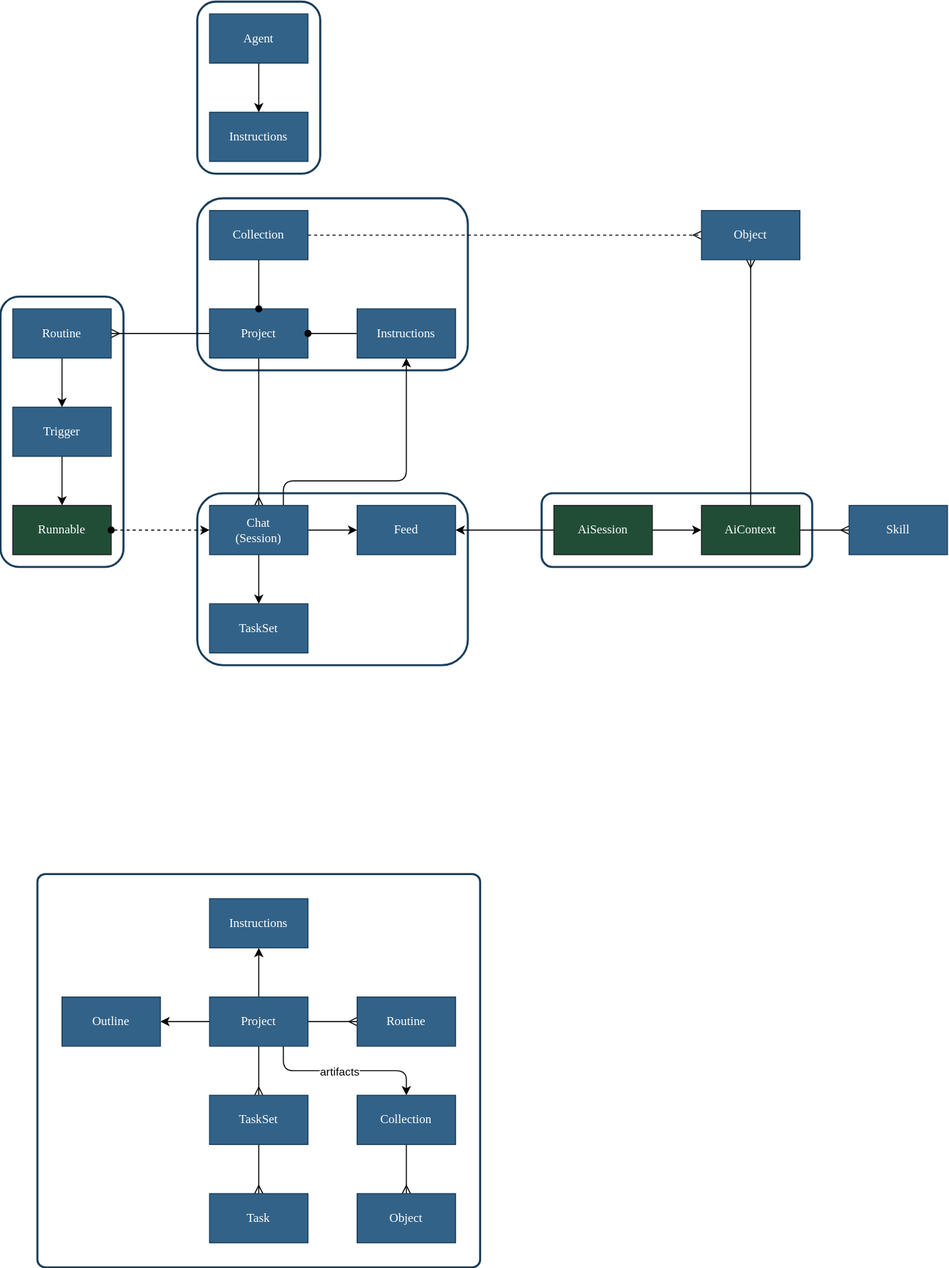
dxos/dxos keeps this draw.io diagram as packages/core/compute/compute/docs/project.drawio.svg. Above is the earlier version. Source tidied: cells renumbered, new cells last; positions are measured from the earlier drawing's top-left corner, leaving out a move shared by most shapes.
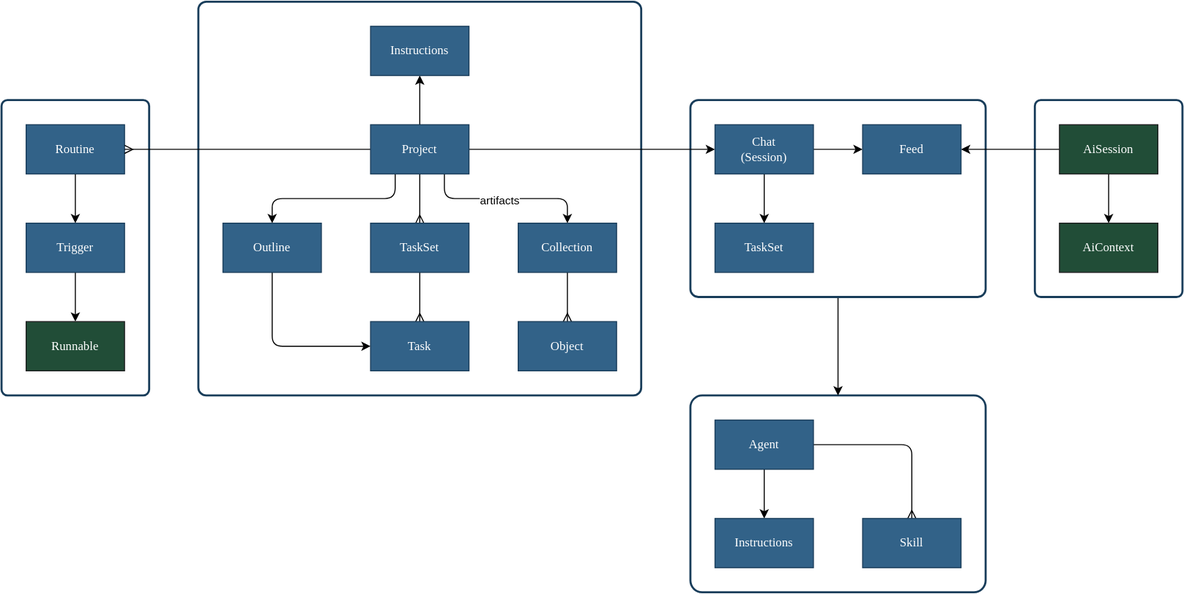
After the change.

Diff of the diagram source:
```diff
@@ -5,119 +5,70 @@
     <mxCell id="2" style="rounded=1;whiteSpace=wrap;html=1;fillColor=none;fontColor=#FFFFFF;strokeColor=#193D5A;fontFamily=Space Grotesk;strokeWidth=2;arcSize=2;" parent="1" vertex="1">
       <mxGeometry x="36" y="852" width="432" height="384" as="geometry" />
     </mxCell>
-    <mxCell id="3" style="rounded=1;whiteSpace=wrap;html=1;fillColor=none;fontColor=#FFFFFF;strokeColor=#193D5A;fontFamily=Space Grotesk;strokeWidth=2;" parent="1" vertex="1">
-      <mxGeometry x="192" width="120" height="168" as="geometry" />
+    <mxCell id="3" style="rounded=1;whiteSpace=wrap;html=1;fillColor=none;fontColor=#FFFFFF;strokeColor=#193D5A;fontFamily=Space Grotesk;strokeWidth=2;arcSize=6;" parent="1" vertex="1">
+      <mxGeometry x="516" y="1236" width="288" height="192" as="geometry" />
     </mxCell>
-    <mxCell id="4" style="rounded=1;whiteSpace=wrap;html=1;fillColor=none;fontColor=#FFFFFF;strokeColor=#193D5A;fontFamily=Space Grotesk;strokeWidth=2;" parent="1" vertex="1">
-      <mxGeometry x="528" y="480" width="264" height="72" as="geometry" />
+    <mxCell id="4" style="rounded=1;whiteSpace=wrap;html=1;fillColor=none;fontColor=#FFFFFF;strokeColor=#193D5A;fontFamily=Space Grotesk;strokeWidth=2;arcSize=4;" parent="1" vertex="1">
+      <mxGeometry x="852" y="948" width="144" height="192" as="geometry" />
     </mxCell>
-    <mxCell id="5" style="rounded=1;whiteSpace=wrap;html=1;fillColor=none;fontColor=#FFFFFF;strokeColor=#193D5A;fontFamily=Space Grotesk;strokeWidth=2;" parent="1" vertex="1">
-      <mxGeometry x="192" y="192" width="264" height="168" as="geometry" />
-    </mxCell>
+    <mxCell id="55" style="edgeStyle=none;html=1;exitX=0.5;exitY=1;exitDx=0;exitDy=0;entryX=0.5;entryY=0;entryDx=0;entryDy=0;" parent="1" edge="1" source="6" target="3">
+      <mxGeometry relative="1" as="geometry" />
+    </mxCell>
-    <mxCell id="6" style="rounded=1;whiteSpace=wrap;html=1;fillColor=none;fontColor=#FFFFFF;strokeColor=#193D5A;fontFamily=Space Grotesk;strokeWidth=2;" parent="1" vertex="1">
-      <mxGeometry x="192" y="480" width="264" height="168" as="geometry" />
+    <mxCell id="6" style="rounded=1;whiteSpace=wrap;html=1;fillColor=none;fontColor=#FFFFFF;strokeColor=#193D5A;fontFamily=Space Grotesk;strokeWidth=2;arcSize=4;" parent="1" vertex="1">
+      <mxGeometry x="516" y="948" width="288" height="192" as="geometry" />
     </mxCell>
-    <mxCell id="7" style="rounded=1;whiteSpace=wrap;html=1;fillColor=none;fontColor=#FFFFFF;strokeColor=#193D5A;fontFamily=Space Grotesk;strokeWidth=2;" parent="1" vertex="1">
-      <mxGeometry y="288" width="120" height="264" as="geometry" />
+    <mxCell id="7" style="rounded=1;whiteSpace=wrap;html=1;fillColor=none;fontColor=#FFFFFF;strokeColor=#193D5A;fontFamily=Space Grotesk;strokeWidth=2;arcSize=4;" parent="1" vertex="1">
+      <mxGeometry x="-156" y="948" width="144" height="288" as="geometry" />
     </mxCell>
-    <mxCell id="8" style="edgeStyle=none;html=1;exitX=0.5;exitY=1;exitDx=0;exitDy=0;endArrow=ERmany;endFill=0;fontFamily=Space Grotesk;" parent="1" edge="1" source="10" target="17">
-      <mxGeometry relative="1" as="geometry" />
-    </mxCell>
-    <mxCell id="9" style="edgeStyle=none;html=1;fontFamily=Space Grotesk;startArrow=none;startFill=0;endArrow=ERmany;endFill=0;" parent="1" edge="1" source="10" target="29">
-      <mxGeometry relative="1" as="geometry" />
-    </mxCell>
-    <mxCell id="10" value="Project" style="rounded=0;whiteSpace=wrap;html=1;fillColor=#326288;fontColor=#FFFFFF;strokeColor=#193D5A;fontFamily=Space Grotesk;" parent="1" vertex="1">
-      <mxGeometry x="204" y="300" width="96" height="48" as="geometry" />
-    </mxCell>
-    <mxCell id="11" style="edgeStyle=none;html=1;exitX=0.5;exitY=0;exitDx=0;exitDy=0;fontFamily=Space Grotesk;startArrow=oval;startFill=1;endArrow=none;endFill=0;" parent="1" edge="1" source="10" target="31">
-      <mxGeometry relative="1" as="geometry" />
-    </mxCell>
-    <mxCell id="12" style="edgeStyle=none;html=1;exitX=1;exitY=0.5;exitDx=0;exitDy=0;endArrow=none;endFill=0;startArrow=oval;startFill=1;fontFamily=Space Grotesk;" parent="1" edge="1" source="10" target="13">
-      <mxGeometry relative="1" as="geometry" />
-    </mxCell>
-    <mxCell id="13" value="Instructions" style="rounded=0;whiteSpace=wrap;html=1;fillColor=#326288;fontColor=#FFFFFF;strokeColor=#193D5A;fontFamily=Space Grotesk;" parent="1" vertex="1">
-      <mxGeometry x="348" y="300" width="96" height="48" as="geometry" />
-    </mxCell>
-    <mxCell id="14" style="edgeStyle=none;html=1;exitX=0.75;exitY=0;exitDx=0;exitDy=0;endArrow=classic;endFill=1;fontFamily=Space Grotesk;" parent="1" edge="1" source="17" target="13">
-      <mxGeometry relative="1" as="geometry">
-        <Array as="points">
-          <mxPoint x="276" y="468" />
-          <mxPoint x="396" y="468" />
-        </Array>
-      </mxGeometry>
-    </mxCell>
-    <mxCell id="15" style="edgeStyle=none;html=1;exitX=0.5;exitY=1;exitDx=0;exitDy=0;startArrow=none;startFill=0;endArrow=classic;endFill=1;fontFamily=Space Grotesk;" parent="1" edge="1" source="17" target="18">
+    <mxCell id="15" style="edgeStyle=none;html=1;startArrow=none;startFill=0;endArrow=classic;endFill=1;fontFamily=Space Grotesk;" parent="1" edge="1" source="17" target="18">
       <mxGeometry relative="1" as="geometry" />
     </mxCell>
-    <mxCell id="16" style="edgeStyle=none;html=1;exitX=1;exitY=0.5;exitDx=0;exitDy=0;fontFamily=Space Grotesk;startArrow=none;startFill=0;endArrow=classic;endFill=1;" parent="1" edge="1" source="17" target="27">
+    <mxCell id="16" style="edgeStyle=none;html=1;fontFamily=Space Grotesk;startArrow=none;startFill=0;endArrow=classic;endFill=1;" parent="1" edge="1" source="17" target="27">
       <mxGeometry relative="1" as="geometry" />
     </mxCell>
-    <mxCell id="17" value="Chat&lt;br&gt;(Session)" style="rounded=0;whiteSpace=wrap;html=1;fillColor=#326288;fontColor=#FFFFFF;strokeColor=#193D5A;fontFamily=Space Grotesk;" parent="1" vertex="1">
-      <mxGeometry x="204" y="492" width="96" height="48" as="geometry" />
-    </mxCell>
-    <mxCell id="18" value="TaskSet" style="rounded=0;whiteSpace=wrap;html=1;fillColor=#326288;fontColor=#FFFFFF;strokeColor=#193D5A;fontFamily=Space Grotesk;" parent="1" vertex="1">
-      <mxGeometry x="204" y="588" width="96" height="48" as="geometry" />
-    </mxCell>
     <mxCell id="19" style="edgeStyle=none;html=1;exitX=0.5;exitY=1;exitDx=0;exitDy=0;" parent="1" edge="1" source="20" target="34">
       <mxGeometry relative="1" as="geometry" />
     </mxCell>
+    <mxCell id="56" style="edgeStyle=none;html=1;exitX=1;exitY=0.5;exitDx=0;exitDy=0;endArrow=ERmany;endFill=0;" parent="1" edge="1" source="20" target="33">
+      <mxGeometry relative="1" as="geometry">
+        <Array as="points">
+          <mxPoint x="732" y="1284" />
+        </Array>
+      </mxGeometry>
+    </mxCell>
     <mxCell id="20" value="Agent" style="rounded=0;whiteSpace=wrap;html=1;fillColor=#326288;fontColor=#FFFFFF;strokeColor=#193D5A;fontFamily=Space Grotesk;" parent="1" vertex="1">
-      <mxGeometry x="204" y="12" width="96" height="48" as="geometry" />
+      <mxGeometry x="540" y="1260" width="96" height="48" as="geometry" />
     </mxCell>
-    <mxCell id="21" style="edgeStyle=none;html=1;exitX=1;exitY=0.5;exitDx=0;exitDy=0;fontFamily=Space Grotesk;startArrow=none;startFill=0;endArrow=classic;endFill=1;" parent="1" edge="1" source="23" target="26">
+    <mxCell id="21" style="edgeStyle=none;html=1;fontFamily=Space Grotesk;startArrow=none;startFill=0;endArrow=classic;endFill=1;" parent="1" edge="1" source="23" target="26">
       <mxGeometry relative="1" as="geometry" />
     </mxCell>
     <mxCell id="22" style="edgeStyle=none;html=1;fontFamily=Space Grotesk;startArrow=none;startFill=0;endArrow=classic;endFill=1;" parent="1" edge="1" source="23" target="27">
       <mxGeometry relative="1" as="geometry" />
     </mxCell>
     <mxCell id="23" value="AiSession" style="rounded=0;whiteSpace=wrap;html=1;fillColor=#214D37;fontColor=#FFFFFF;strokeColor=#1E1F20;fontFamily=Space Grotesk;" parent="1" vertex="1">
-      <mxGeometry x="540" y="492" width="96" height="48" as="geometry" />
+      <mxGeometry x="876" y="972" width="96" height="48" as="geometry" />
     </mxCell>
-    <mxCell id="24" style="edgeStyle=none;html=1;fontFamily=Space Grotesk;startArrow=none;startFill=0;endArrow=ERmany;endFill=0;" parent="1" edge="1" source="26" target="33">
-      <mxGeometry relative="1" as="geometry" />
-    </mxCell>
-    <mxCell id="25" style="edgeStyle=none;html=1;exitX=0.5;exitY=0;exitDx=0;exitDy=0;fontFamily=Space Grotesk;startArrow=none;startFill=0;endArrow=ERmany;endFill=0;" parent="1" edge="1" source="26" target="32">
-      <mxGeometry relative="1" as="geometry" />
-    </mxCell>
     <mxCell id="26" value="AiContext" style="rounded=0;whiteSpace=wrap;html=1;fillColor=#214D37;fontColor=#FFFFFF;strokeColor=#1E1F20;fontFamily=Space Grotesk;" parent="1" vertex="1">
-      <mxGeometry x="684" y="492" width="96" height="48" as="geometry" />
+      <mxGeometry x="876" y="1068" width="96" height="48" as="geometry" />
     </mxCell>
-    <mxCell id="27" value="Feed" style="rounded=0;whiteSpace=wrap;html=1;fillColor=#326288;fontColor=#FFFFFF;strokeColor=#193D5A;fontFamily=Space Grotesk;" parent="1" vertex="1">
-      <mxGeometry x="348" y="492" width="96" height="48" as="geometry" />
-    </mxCell>
     <mxCell id="28" style="edgeStyle=none;html=1;exitX=0.5;exitY=1;exitDx=0;exitDy=0;" parent="1" edge="1" source="29" target="36">
       <mxGeometry relative="1" as="geometry" />
     </mxCell>
     <mxCell id="29" value="Routine" style="rounded=0;whiteSpace=wrap;html=1;fillColor=#326288;fontColor=#FFFFFF;strokeColor=#193D5A;fontFamily=Space Grotesk;" parent="1" vertex="1">
-      <mxGeometry x="12" y="300" width="96" height="48" as="geometry" />
+      <mxGeometry x="-132" y="972" width="96" height="48" as="geometry" />
     </mxCell>
-    <mxCell id="30" style="edgeStyle=none;html=1;exitX=1;exitY=0.5;exitDx=0;exitDy=0;fontFamily=Space Grotesk;startArrow=none;startFill=0;endArrow=ERmany;endFill=0;dashed=1;" parent="1" edge="1" source="31" target="32">
-      <mxGeometry relative="1" as="geometry" />
-    </mxCell>
-    <mxCell id="31" value="Collection" style="rounded=0;whiteSpace=wrap;html=1;fillColor=#326288;fontColor=#FFFFFF;strokeColor=#193D5A;fontFamily=Space Grotesk;" parent="1" vertex="1">
-      <mxGeometry x="204" y="204" width="96" height="48" as="geometry" />
-    </mxCell>
-    <mxCell id="32" value="Object" style="rounded=0;whiteSpace=wrap;html=1;fillColor=#326288;fontColor=#FFFFFF;strokeColor=#193D5A;fontFamily=Space Grotesk;" parent="1" vertex="1">
-      <mxGeometry x="684" y="204" width="96" height="48" as="geometry" />
-    </mxCell>
-    <mxCell id="33" value="Skill" style="rounded=0;whiteSpace=wrap;html=1;fillColor=#326288;fontColor=#FFFFFF;strokeColor=#193D5A;fontFamily=Space Grotesk;" parent="1" vertex="1">
-      <mxGeometry x="828" y="492" width="96" height="48" as="geometry" />
-    </mxCell>
     <mxCell id="34" value="Instructions" style="rounded=0;whiteSpace=wrap;html=1;fillColor=#326288;fontColor=#FFFFFF;strokeColor=#193D5A;fontFamily=Space Grotesk;" parent="1" vertex="1">
-      <mxGeometry x="204" y="108" width="96" height="48" as="geometry" />
+      <mxGeometry x="540" y="1356" width="96" height="48" as="geometry" />
     </mxCell>
     <mxCell id="35" style="edgeStyle=none;html=1;exitX=0.5;exitY=1;exitDx=0;exitDy=0;" parent="1" edge="1" source="36" target="37">
       <mxGeometry relative="1" as="geometry" />
     </mxCell>
     <mxCell id="36" value="Trigger" style="rounded=0;whiteSpace=wrap;html=1;fillColor=#326288;fontColor=#FFFFFF;strokeColor=#193D5A;fontFamily=Space Grotesk;" parent="1" vertex="1">
-      <mxGeometry x="12" y="396" width="96" height="48" as="geometry" />
+      <mxGeometry x="-132" y="1068" width="96" height="48" as="geometry" />
     </mxCell>
     <mxCell id="37" value="Runnable" style="rounded=0;whiteSpace=wrap;html=1;fillColor=#214D37;fontColor=#FFFFFF;strokeColor=#1E1F20;fontFamily=Space Grotesk;" parent="1" vertex="1">
-      <mxGeometry x="12" y="492" width="96" height="48" as="geometry" />
+      <mxGeometry x="-132" y="1164" width="96" height="48" as="geometry" />
     </mxCell>
-    <mxCell id="38" style="edgeStyle=none;html=1;exitX=1;exitY=0.5;exitDx=0;exitDy=0;dashed=1;startArrow=oval;startFill=1;endArrow=classic;endFill=1;entryX=0;entryY=0.5;entryDx=0;entryDy=0;" parent="1" edge="1" source="37" target="17">
-      <mxGeometry relative="1" as="geometry" />
-    </mxCell>
     <mxCell id="39" style="edgeStyle=none;html=1;endArrow=ERmany;endFill=0;" parent="1" edge="1" source="45" target="47">
       <mxGeometry relative="1" as="geometry" />
     </mxCell>
@@ -135,12 +86,20 @@
     <mxCell id="42" style="edgeStyle=none;html=1;" parent="1" edge="1" source="45" target="53">
       <mxGeometry relative="1" as="geometry" />
     </mxCell>
-    <mxCell id="43" style="edgeStyle=none;html=1;" parent="1" edge="1" source="45" target="52">
-      <mxGeometry relative="1" as="geometry" />
+    <mxCell id="43" style="edgeStyle=none;html=1;exitX=0.25;exitY=1;exitDx=0;exitDy=0;" parent="1" edge="1" source="45" target="52">
+      <mxGeometry relative="1" as="geometry">
+        <Array as="points">
+          <mxPoint x="228" y="1044" />
+          <mxPoint x="108" y="1044" />
+        </Array>
+      </mxGeometry>
     </mxCell>
-    <mxCell id="44" style="edgeStyle=none;html=1;endArrow=ERmany;endFill=0;" parent="1" edge="1" source="45" target="54">
+    <mxCell id="44" style="edgeStyle=none;html=1;endArrow=ERmany;endFill=0;" parent="1" edge="1" source="45" target="29">
       <mxGeometry relative="1" as="geometry" />
     </mxCell>
+    <mxCell id="57" style="edgeStyle=none;html=1;exitX=1;exitY=0.5;exitDx=0;exitDy=0;" parent="1" edge="1" source="45" target="17">
+      <mxGeometry relative="1" as="geometry" />
+    </mxCell>
     <mxCell id="45" value="Project" style="rounded=0;whiteSpace=wrap;html=1;fillColor=#326288;fontColor=#FFFFFF;strokeColor=#193D5A;fontFamily=Space Grotesk;" parent="1" vertex="1">
       <mxGeometry x="204" y="972" width="96" height="48" as="geometry" />
     </mxCell>
@@ -162,14 +121,30 @@
     <mxCell id="51" value="Object" style="rounded=0;whiteSpace=wrap;html=1;fillColor=#326288;fontColor=#FFFFFF;strokeColor=#193D5A;fontFamily=Space Grotesk;" parent="1" vertex="1">
       <mxGeometry x="348" y="1164" width="96" height="48" as="geometry" />
     </mxCell>
+    <mxCell id="58" style="edgeStyle=none;html=1;exitX=0.5;exitY=1;exitDx=0;exitDy=0;" parent="1" edge="1" source="52" target="48">
+      <mxGeometry relative="1" as="geometry">
+        <Array as="points">
+          <mxPoint x="108" y="1188" />
+        </Array>
+      </mxGeometry>
+    </mxCell>
     <mxCell id="52" value="Outline" style="rounded=0;whiteSpace=wrap;html=1;fillColor=#326288;fontColor=#FFFFFF;strokeColor=#193D5A;fontFamily=Space Grotesk;" parent="1" vertex="1">
-      <mxGeometry x="60" y="972" width="96" height="48" as="geometry" />
+      <mxGeometry x="60" y="1068" width="96" height="48" as="geometry" />
     </mxCell>
     <mxCell id="53" value="Instructions" style="rounded=0;whiteSpace=wrap;html=1;fillColor=#326288;fontColor=#FFFFFF;strokeColor=#193D5A;fontFamily=Space Grotesk;" parent="1" vertex="1">
       <mxGeometry x="204" y="876" width="96" height="48" as="geometry" />
     </mxCell>
-    <mxCell id="54" value="Routine" style="rounded=0;whiteSpace=wrap;html=1;fillColor=#326288;fontColor=#FFFFFF;strokeColor=#193D5A;fontFamily=Space Grotesk;" parent="1" vertex="1">
-      <mxGeometry x="348" y="972" width="96" height="48" as="geometry" />
-    </mxCell>
+    <mxCell id="17" value="Chat&lt;br&gt;(Session)" style="rounded=0;whiteSpace=wrap;html=1;fillColor=#326288;fontColor=#FFFFFF;strokeColor=#193D5A;fontFamily=Space Grotesk;" parent="1" vertex="1">
+      <mxGeometry x="540" y="972" width="96" height="48" as="geometry" />
+    </mxCell>
+    <mxCell id="27" value="Feed" style="rounded=0;whiteSpace=wrap;html=1;fillColor=#326288;fontColor=#FFFFFF;strokeColor=#193D5A;fontFamily=Space Grotesk;" parent="1" vertex="1">
+      <mxGeometry x="684" y="972" width="96" height="48" as="geometry" />
+    </mxCell>
+    <mxCell id="18" value="TaskSet" style="rounded=0;whiteSpace=wrap;html=1;fillColor=#326288;fontColor=#FFFFFF;strokeColor=#193D5A;fontFamily=Space Grotesk;" parent="1" vertex="1">
+      <mxGeometry x="540" y="1068" width="96" height="48" as="geometry" />
+    </mxCell>
+    <mxCell id="33" value="Skill" style="rounded=0;whiteSpace=wrap;html=1;fillColor=#326288;fontColor=#FFFFFF;strokeColor=#193D5A;fontFamily=Space Grotesk;" parent="1" vertex="1">
+      <mxGeometry x="684" y="1356" width="96" height="48" as="geometry" />
+    </mxCell>
   </root>
 </mxGraphModel>
```
